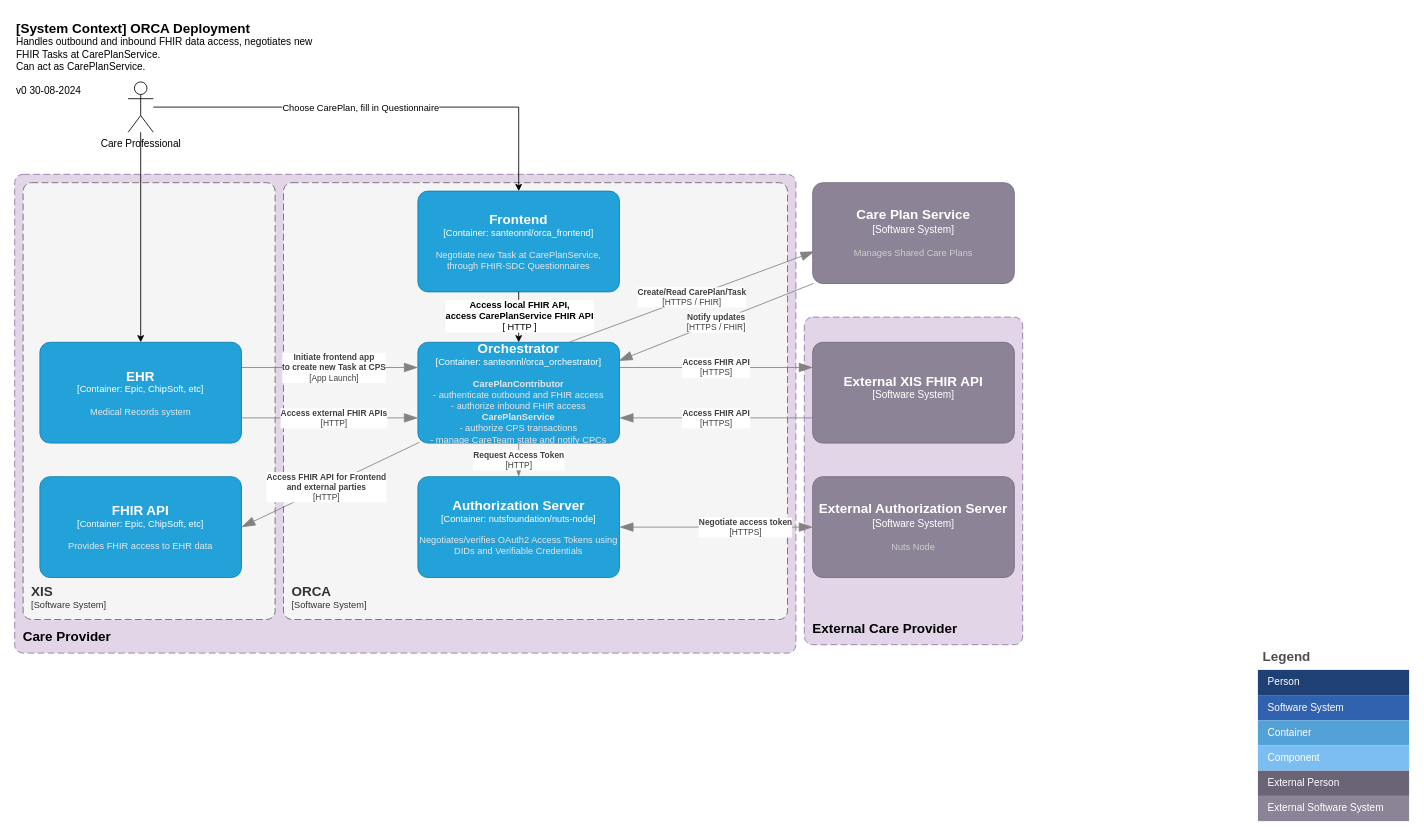
This is page "System Diagram" (2 of 3) of docs/Orca Architectural Diagrams.drawio from SanteonNL/orca, a draw.io file, before an edit. Source tidied: cells renumbered, new cells numbered last; positions are measured from the earlier drawing's top-left corner, leaving out a move shared by most shapes. Both pictures are drawn from the tidied source at 84%, with x=0, y=0 at pixel (14, 14).
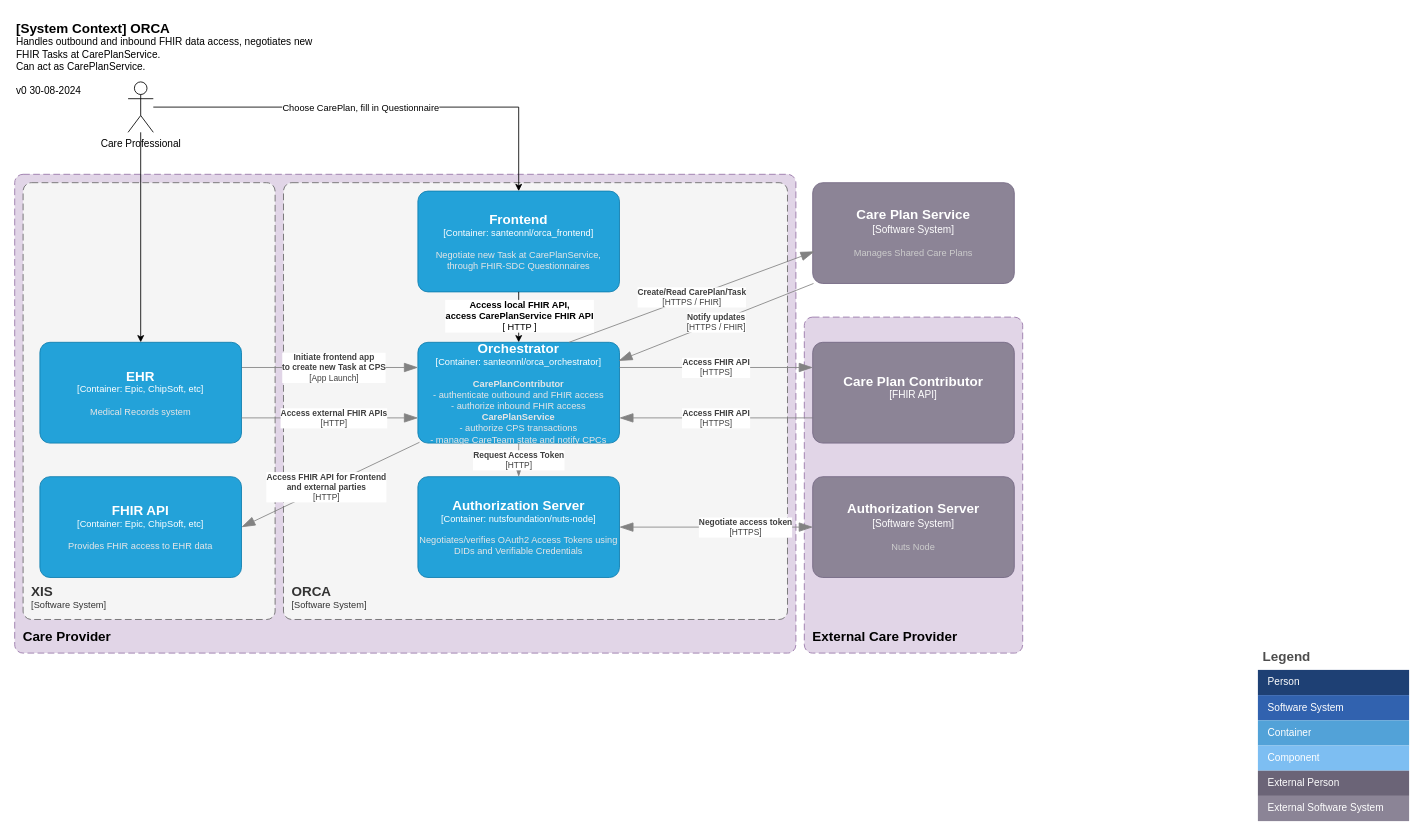
Above is the later version.

The edit, as a diff of the source:
```diff
@@
     <object id="4" label="&lt;font style=&quot;font-size: 16px&quot;&gt;&lt;b&gt;&lt;div style=&quot;text-align: left&quot;&gt;%c4Name%&lt;/div&gt;&lt;/b&gt;&lt;/font&gt;" c4Name="External Care Provider" placeholders="1">
       <mxCell style="rounded=1;fontSize=11;whiteSpace=wrap;html=1;dashed=1;arcSize=20;fillColor=#e1d5e7;strokeColor=#9673a6;labelBackgroundColor=none;align=left;verticalAlign=bottom;labelBorderColor=none;spacingTop=0;spacing=10;dashPattern=8 4;perimeter=rectanglePerimeter;noLabel=0;labelPadding=0;absoluteArcSize=1;" parent="1" vertex="1">
-        <mxGeometry x="940" y="360" width="260" height="390" as="geometry" />
+        <mxGeometry x="940" y="360" width="260" height="400" as="geometry" />
       </mxCell>
     </object>
@@
-    <object id="9" label="&lt;font style=&quot;font-size: 16px&quot;&gt;&lt;b&gt;%c4Name%&lt;/b&gt;&lt;/font&gt;&lt;div&gt;[%c4Type%]&lt;/div&gt;&lt;br&gt;&lt;div&gt;&lt;font style=&quot;font-size: 11px&quot;&gt;&lt;font color=&quot;#cccccc&quot;&gt;%c4Description%&lt;/font&gt;&lt;/div&gt;" c4Description="" c4Name="External XIS FHIR API" c4Type="Software System" placeholders="1">
+    <object id="9" label="&lt;font style=&quot;font-size: 16px&quot;&gt;&lt;b&gt;%c4Name%&lt;/b&gt;&lt;/font&gt;&lt;div&gt;[%c4Type%]&lt;/div&gt;&lt;br&gt;&lt;div&gt;&lt;font style=&quot;font-size: 11px&quot;&gt;&lt;font color=&quot;#cccccc&quot;&gt;%c4Description%&lt;/font&gt;&lt;/div&gt;" c4Description="" c4Name="Care Plan Contributor" c4Type="FHIR API" placeholders="1">
       <mxCell style="rounded=1;whiteSpace=wrap;html=1;labelBackgroundColor=none;fillColor=#8C8496;fontColor=#ffffff;align=center;arcSize=10;strokeColor=#736782;points=[[0.25,0,0],[0.5,0,0],[0.75,0,0],[1,0.25,0],[1,0.5,0],[1,0.75,0],[0.75,1,0],[0.5,1,0],[0.25,1,0],[0,0.75,0],[0,0.5,0],[0,0.25,0]];" parent="1" vertex="1">
         <mxGeometry x="950" y="390" width="240" height="120" as="geometry" />
       </mxCell>
     </object>
@@
-    <object id="16" label="&lt;font style=&quot;font-size: 16px&quot;&gt;&lt;b&gt;&lt;div style=&quot;text-align: left&quot;&gt;%c4Name%&lt;/div&gt;&lt;/b&gt;&lt;/font&gt;&lt;div style=&quot;text-align: left&quot;&gt;%c4Description%&lt;/div&gt;" c4Description="Handles outbound and inbound FHIR data access, negotiates new FHIR Tasks at CarePlanService.&#10;Can act as CarePlanService.&#10;&#10;v0 30-08-2024" c4Name="[System Context] ORCA Deployment" placeholders="1">
+    <object id="16" label="&lt;font style=&quot;font-size: 16px&quot;&gt;&lt;b&gt;&lt;div style=&quot;text-align: left&quot;&gt;%c4Name%&lt;/div&gt;&lt;/b&gt;&lt;/font&gt;&lt;div style=&quot;text-align: left&quot;&gt;%c4Description%&lt;/div&gt;" c4Description="Handles outbound and inbound FHIR data access, negotiates new FHIR Tasks at CarePlanService.&#10;Can act as CarePlanService.&#10;&#10;v0 30-08-2024" c4Name="[System Context] ORCA" placeholders="1">
       <mxCell style="text;html=1;strokeColor=none;fillColor=none;align=left;verticalAlign=top;whiteSpace=wrap;rounded=0;" parent="1" vertex="1">
         <mxGeometry width="360" height="70" as="geometry" />
       </mxCell>
     </object>
@@
-    <object id="31" label="&lt;font style=&quot;font-size: 16px&quot;&gt;&lt;b&gt;%c4Name%&lt;/b&gt;&lt;/font&gt;&lt;div&gt;[%c4Type%]&lt;/div&gt;&lt;br&gt;&lt;div&gt;&lt;font style=&quot;font-size: 11px&quot;&gt;&lt;font color=&quot;#cccccc&quot;&gt;%c4Description%&lt;/font&gt;&lt;/div&gt;" c4Description="Nuts Node" c4Name="External Authorization Server" c4Type="Software System" placeholders="1">
+    <object id="31" label="&lt;font style=&quot;font-size: 16px&quot;&gt;&lt;b&gt;%c4Name%&lt;/b&gt;&lt;/font&gt;&lt;div&gt;[%c4Type%]&lt;/div&gt;&lt;br&gt;&lt;div&gt;&lt;font style=&quot;font-size: 11px&quot;&gt;&lt;font color=&quot;#cccccc&quot;&gt;%c4Description%&lt;/font&gt;&lt;/div&gt;" c4Description="Nuts Node" c4Name="Authorization Server" c4Type="Software System" placeholders="1">
       <mxCell style="rounded=1;whiteSpace=wrap;html=1;labelBackgroundColor=none;fillColor=#8C8496;fontColor=#ffffff;align=center;arcSize=10;strokeColor=#736782;points=[[0.25,0,0],[0.5,0,0],[0.75,0,0],[1,0.25,0],[1,0.5,0],[1,0.75,0],[0.75,1,0],[0.5,1,0],[0.25,1,0],[0,0.75,0],[0,0.5,0],[0,0.25,0]];" parent="1" vertex="1">
         <mxGeometry x="950" y="550" width="240" height="120" as="geometry" />
       </mxCell>
     </object>
```
